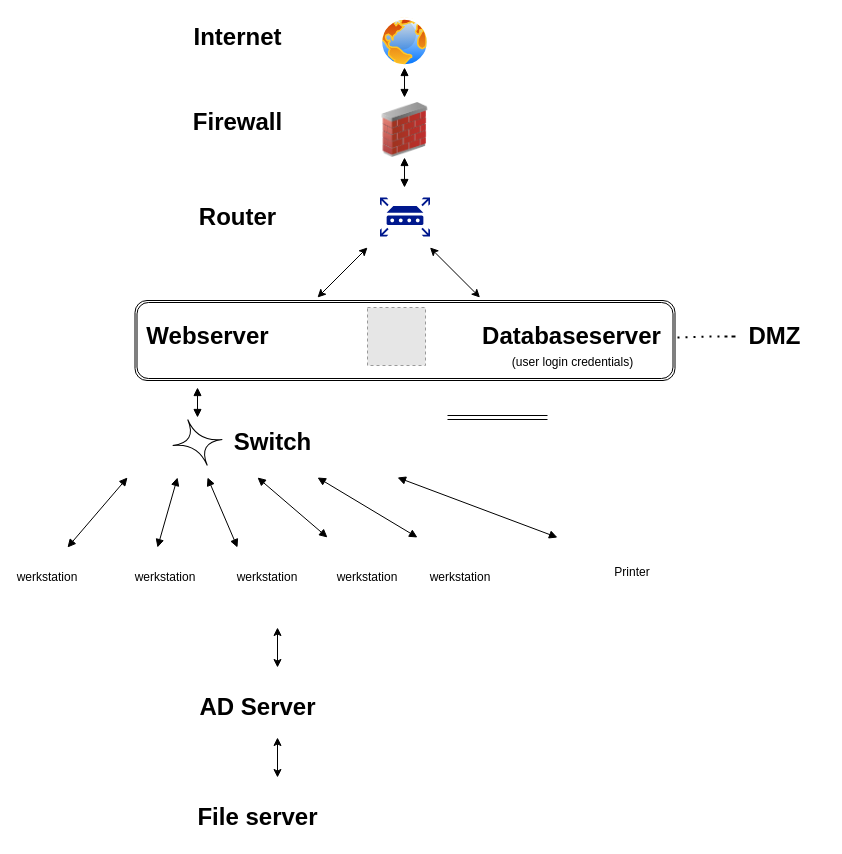
The draw.io diagram 02_Cloud_1/Network Diagram.drawio in techgrounds/techgrounds-Denizgezik, before the edit. Source tidied: cells renumbered, new cells numbered last; positions are measured from the earlier drawing's top-left corner, leaving out a move shared by most shapes. Both pictures are drawn from the tidied source at 100%, with x=0, y=0 at pixel (17, 17). Pictures stored in the file or linked from it are replaced by grey dashed boxes.
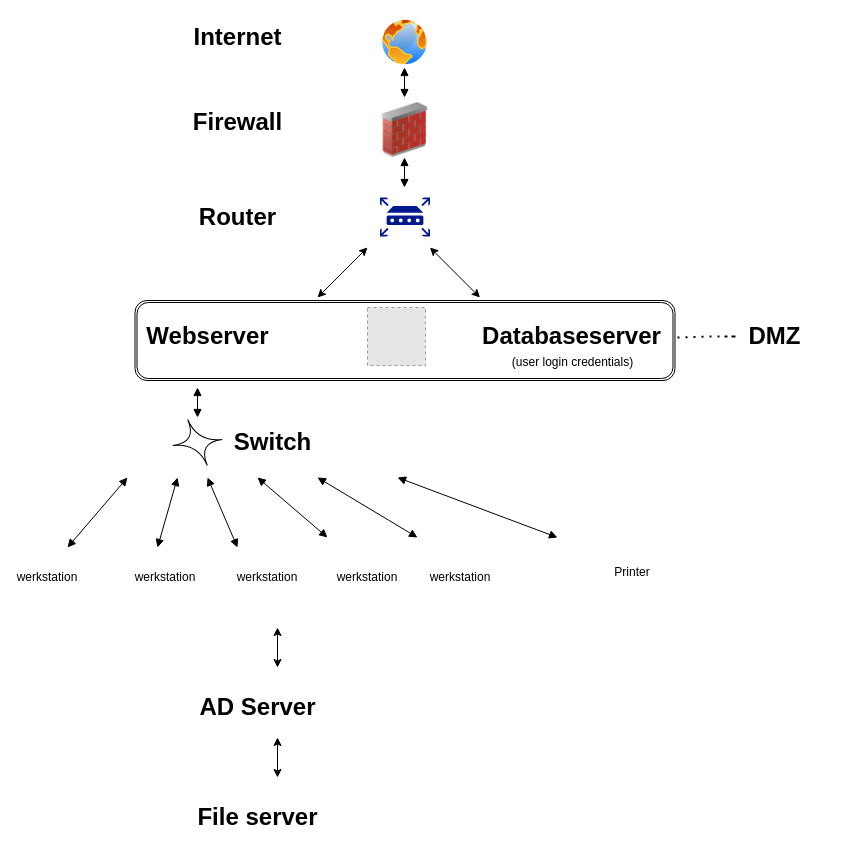
After the change.

What changed in the source:
```diff
@@
-    <mxCell id="37" style="shape=link;html=1;rounded=0;" parent="1" edge="1">
-      <mxGeometry relative="1" as="geometry">
-        <mxPoint x="430" y="400" as="sourcePoint" />
-        <mxPoint x="530" y="400" as="targetPoint" />
-      </mxGeometry>
-    </mxCell>
```
